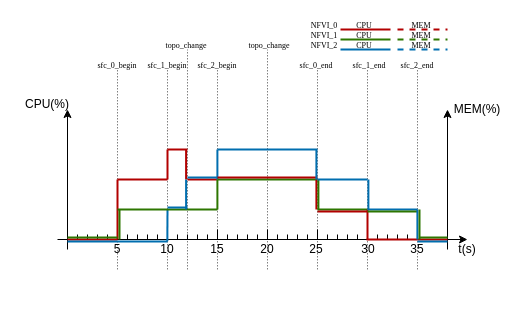
Earlier version of the draw.io diagram minisfc/simulation_predraw.drawio (wangxichn/image_hosting). Source tidied: cells renumbered, new cells numbered last; positions are measured from the earlier drawing's top-left corner, leaving out a move shared by most shapes. Both pictures are drawn from the tidied source at 100%, with x=0, y=0 at pixel (17, 19).
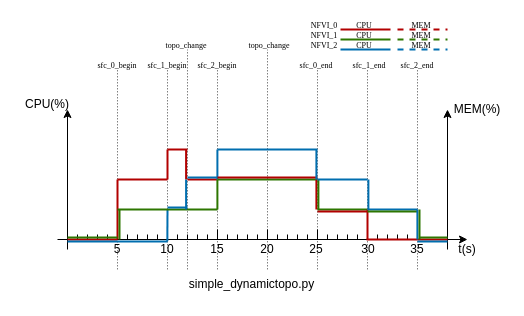
Above is the later version.

Diff of the diagram source:
```diff
@@
+    <mxCell id="116" value="&lt;div class=&quot;lake-content&quot;&gt;&lt;span class=&quot;ne-text&quot;&gt;simple_dynamictopo.py&lt;/span&gt;&lt;/div&gt;" style="text;html=1;align=center;verticalAlign=middle;whiteSpace=wrap;rounded=0;" parent="1" vertex="1">
+      <mxGeometry x="159.2" y="250" width="150.8" height="30" as="geometry" />
+    </mxCell>
```
